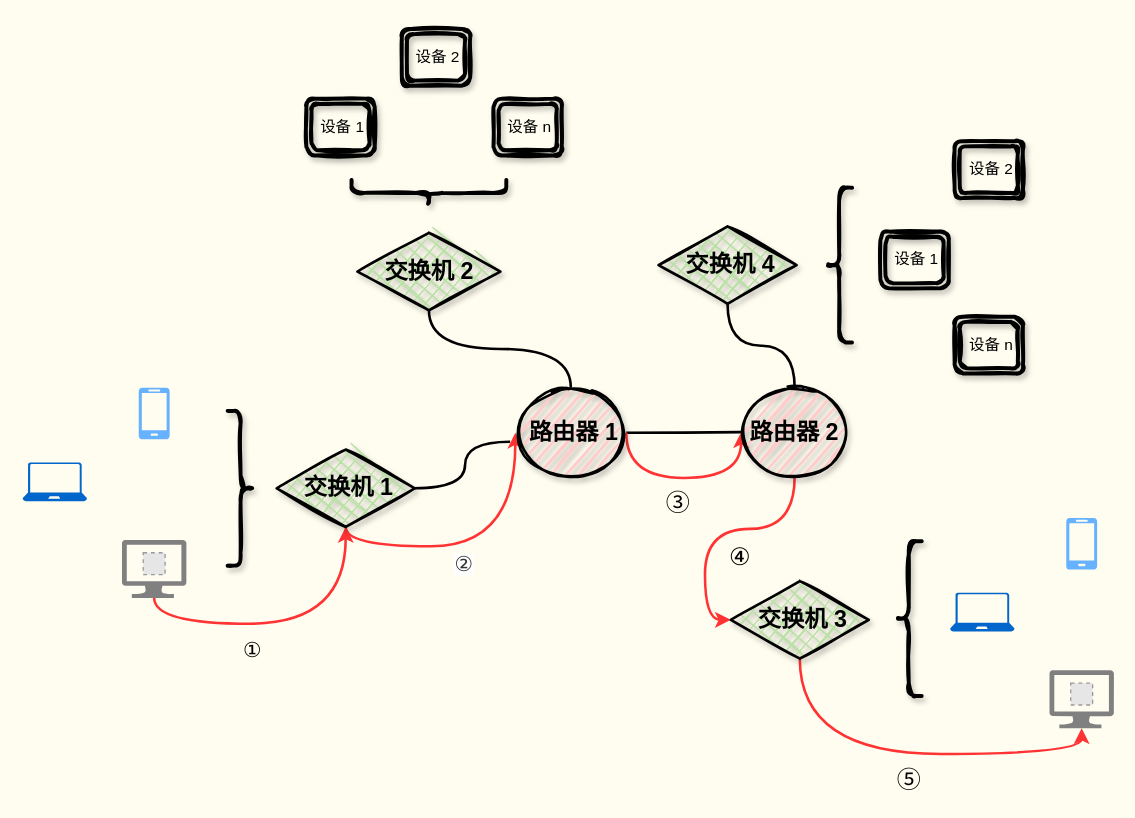
This is pictures/负载均衡/network.drawio from boxtsecond/draw, a draw.io file, before an edit. Source tidied: cells renumbered, new cells numbered last; positions are measured from the earlier drawing's top-left corner, leaving out a move shared by most shapes. Both pictures are drawn from the tidied source at 129%, with x=0, y=0 at pixel (22, 28). Pictures stored in the file or linked from it are replaced by grey dashed boxes.
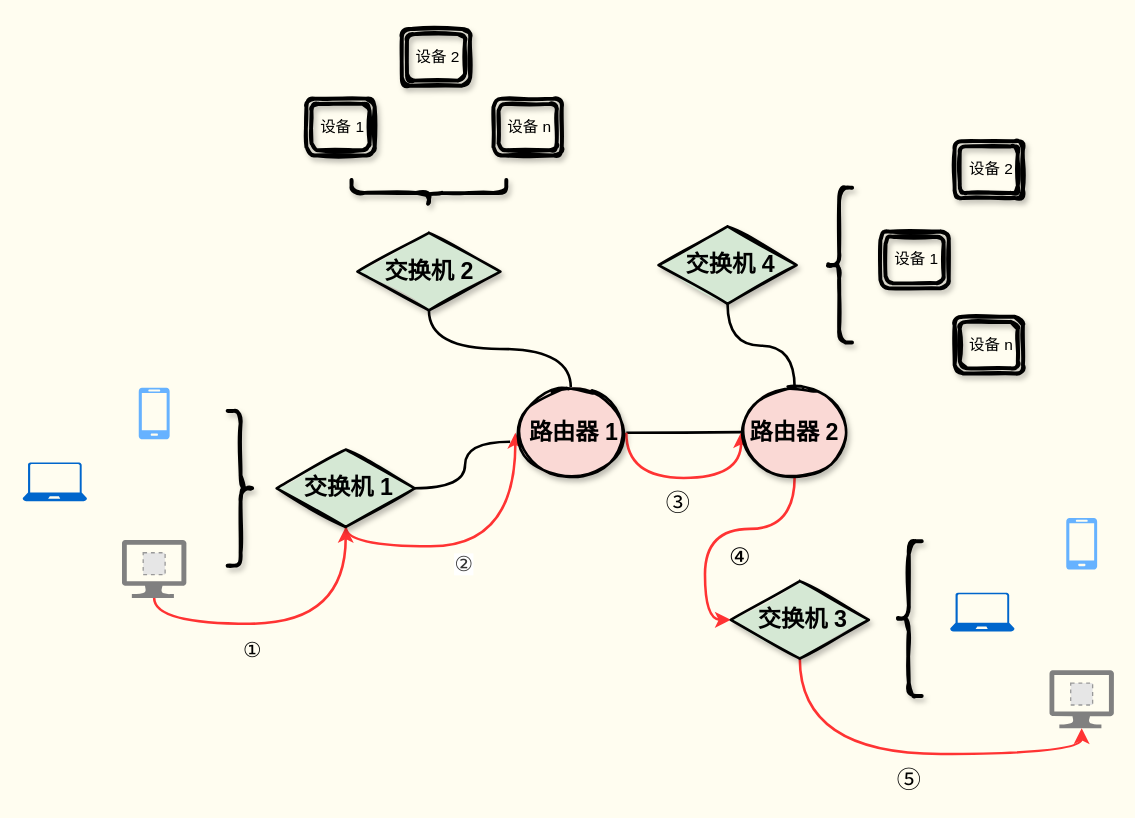
Above is the later version.

Change to the diagram source:
```diff
@@
-    <mxCell id="9" value="&lt;b&gt;&lt;font style=&quot;font-size: 18px&quot;&gt;&amp;nbsp;交换机 1&lt;/font&gt;&lt;/b&gt;" style="rhombus;whiteSpace=wrap;html=1;strokeWidth=2;fillWeight=-1;hachureGap=8;fillStyle=cross-hatch;sketch=1;shadow=1;glass=0;fillColor=#B9E0A5;" parent="1" vertex="1">
+    <mxCell id="9" value="&lt;b&gt;&lt;font style=&quot;font-size: 18px&quot;&gt;&amp;nbsp;交换机 1&lt;/font&gt;&lt;/b&gt;" style="rhombus;whiteSpace=wrap;html=1;strokeWidth=2;fillWeight=-1;hachureGap=8;fillStyle=solid;sketch=1;shadow=1;glass=0;fillColor=#d5e8d4;" parent="1" vertex="1">
       <mxGeometry x="197" y="326" width="107" height="60" as="geometry" />
     </mxCell>
@@
-    <mxCell id="14" value="&lt;b&gt;&lt;font style=&quot;font-size: 18px&quot;&gt;&amp;nbsp;路由器 1&lt;/font&gt;&lt;/b&gt;" style="ellipse;whiteSpace=wrap;html=1;strokeWidth=2;fillWeight=2;hachureGap=8;fillStyle=dots;sketch=1;shadow=1;glass=0;fillColor=#FFCCCC;" parent="1" vertex="1">
+    <mxCell id="14" value="&lt;b&gt;&lt;font style=&quot;font-size: 18px&quot;&gt;&amp;nbsp;路由器 1&lt;/font&gt;&lt;/b&gt;" style="ellipse;whiteSpace=wrap;html=1;strokeWidth=2;fillWeight=2;hachureGap=8;fillStyle=solid;sketch=1;shadow=1;glass=0;fillColor=#fad9d5;" parent="1" vertex="1">
       <mxGeometry x="382" y="278" width="86" height="70" as="geometry" />
     </mxCell>
@@
-    <mxCell id="17" value="&lt;b&gt;&lt;font style=&quot;font-size: 18px&quot;&gt;路由器 2&lt;/font&gt;&lt;/b&gt;" style="ellipse;whiteSpace=wrap;html=1;strokeWidth=2;fillWeight=2;hachureGap=8;fillStyle=dots;sketch=1;shadow=1;glass=0;fillColor=#FFCCCC;" parent="1" vertex="1">
+    <mxCell id="17" value="&lt;b&gt;&lt;font style=&quot;font-size: 18px&quot;&gt;路由器 2&lt;/font&gt;&lt;/b&gt;" style="ellipse;whiteSpace=wrap;html=1;strokeWidth=2;fillWeight=2;hachureGap=8;fillStyle=solid;sketch=1;shadow=1;glass=0;fillColor=#fad9d5;" parent="1" vertex="1">
       <mxGeometry x="557" y="278" width="83" height="69" as="geometry" />
     </mxCell>
-    <mxCell id="18" value="&lt;b&gt;&lt;font style=&quot;font-size: 18px&quot;&gt;交换机 2&lt;/font&gt;&lt;/b&gt;" style="rhombus;whiteSpace=wrap;html=1;strokeWidth=2;fillWeight=-1;hachureGap=8;fillStyle=cross-hatch;sketch=1;shadow=1;glass=0;fillColor=#B9E0A5;" parent="1" vertex="1">
+    <mxCell id="18" value="&lt;b&gt;&lt;font style=&quot;font-size: 18px&quot;&gt;交换机 2&lt;/font&gt;&lt;/b&gt;" style="rhombus;whiteSpace=wrap;html=1;strokeWidth=2;fillWeight=-1;hachureGap=8;fillStyle=solid;sketch=1;shadow=1;glass=0;fillColor=#d5e8d4;" parent="1" vertex="1">
       <mxGeometry x="259.6" y="158" width="110.8" height="60" as="geometry" />
     </mxCell>
@@
-    <mxCell id="20" value="&lt;b&gt;&lt;font style=&quot;font-size: 18px&quot;&gt;&amp;nbsp;交换机 3&lt;/font&gt;&lt;/b&gt;" style="rhombus;whiteSpace=wrap;html=1;strokeWidth=2;fillWeight=-1;hachureGap=8;fillStyle=cross-hatch;sketch=1;shadow=1;glass=0;fillColor=#B9E0A5;" parent="1" vertex="1">
+    <mxCell id="20" value="&lt;b&gt;&lt;font style=&quot;font-size: 18px&quot;&gt;&amp;nbsp;交换机 3&lt;/font&gt;&lt;/b&gt;" style="rhombus;whiteSpace=wrap;html=1;strokeWidth=2;fillWeight=-1;hachureGap=8;fillStyle=solid;sketch=1;shadow=1;glass=0;fillColor=#d5e8d4;" parent="1" vertex="1">
       <mxGeometry x="549" y="428" width="107" height="60" as="geometry" />
     </mxCell>
@@
-    <mxCell id="34" value="&lt;b&gt;&lt;font style=&quot;font-size: 18px&quot;&gt;&amp;nbsp;交换机 4&lt;/font&gt;&lt;/b&gt;" style="rhombus;whiteSpace=wrap;html=1;strokeWidth=2;fillWeight=-1;hachureGap=8;fillStyle=cross-hatch;sketch=1;shadow=1;glass=0;fillColor=#B9E0A5;" parent="1" vertex="1">
+    <mxCell id="34" value="&lt;b&gt;&lt;font style=&quot;font-size: 18px&quot;&gt;&amp;nbsp;交换机 4&lt;/font&gt;&lt;/b&gt;" style="rhombus;whiteSpace=wrap;html=1;strokeWidth=2;fillWeight=-1;hachureGap=8;fillStyle=solid;sketch=1;shadow=1;glass=0;fillColor=#d5e8d4;" parent="1" vertex="1">
       <mxGeometry x="493" y="153" width="107" height="60" as="geometry" />
     </mxCell>
```
